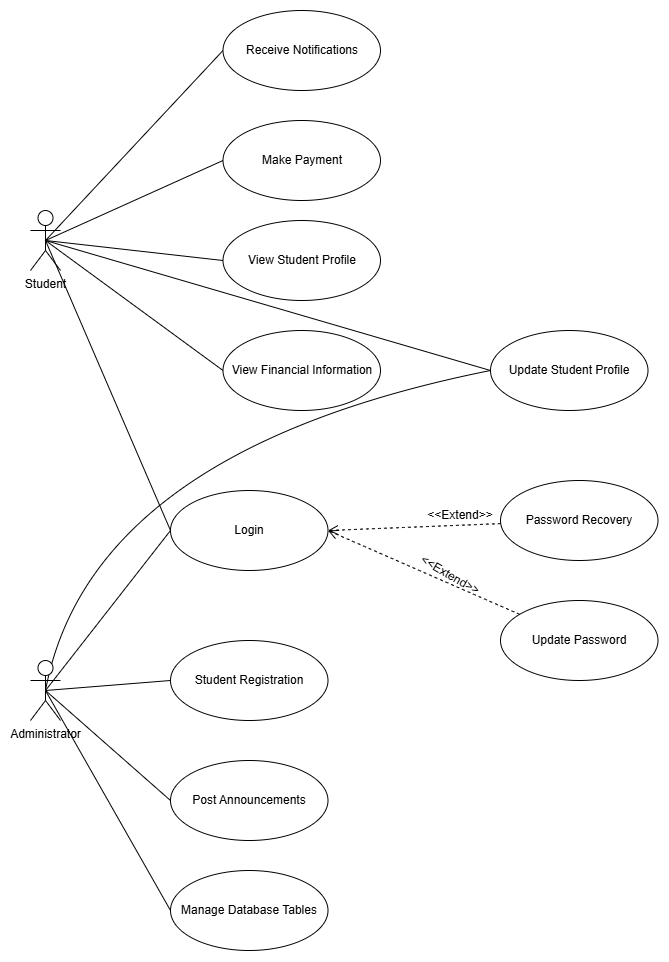
zombieTDV/Student-Management-System keeps this draw.io diagram as documents/Use-Case.drawio.png. Above is the earlier version. Source tidied: cells renumbered, new cells last; positions are measured from the earlier drawing's top-left corner, leaving out a move shared by most shapes.
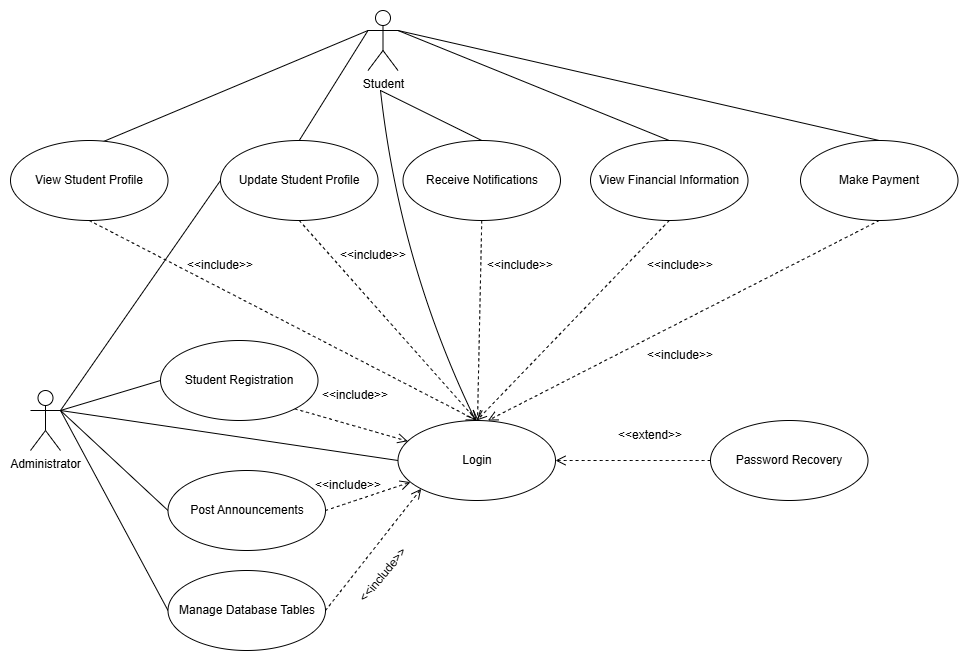
Later version of the same file.

Commit message:
-Refactor Use case diagram

Diff of the diagram source:
```diff
@@ -2,93 +2,138 @@
   <root>
     <mxCell id="0" />
     <mxCell id="1" parent="0" />
-    <mxCell id="2" style="edgeStyle=none;curved=1;rounded=0;jettySize=auto;html=1;entryX=0;entryY=0.5;entryDx=0;entryDy=0;fontSize=12;startSize=8;endSize=8;endArrow=none;endFill=0;exitX=0.5;exitY=0.5;exitDx=0;exitDy=0;exitPerimeter=0;" parent="1" edge="1" source="8" target="15">
-      <mxGeometry relative="1" as="geometry" />
-    </mxCell>
-    <mxCell id="3" style="edgeStyle=none;curved=1;rounded=0;jettySize=auto;html=1;entryX=0;entryY=0.5;entryDx=0;entryDy=0;fontSize=12;startSize=8;endSize=8;endArrow=none;endFill=0;exitX=0.5;exitY=0.5;exitDx=0;exitDy=0;exitPerimeter=0;" parent="1" edge="1" source="8" target="16">
+    <mxCell id="3" style="edgeStyle=none;curved=1;rounded=0;jettySize=auto;html=1;entryX=0.5;entryY=0;entryDx=0;entryDy=0;fontSize=12;startSize=8;endSize=8;endArrow=none;endFill=0;exitX=1;exitY=0.3333333333333333;exitDx=0;exitDy=0;exitPerimeter=0;" parent="1" edge="1" source="8" target="16">
       <mxGeometry relative="1" as="geometry" />
     </mxCell>
-    <mxCell id="4" style="edgeStyle=none;curved=1;rounded=0;jettySize=auto;html=1;entryX=0;entryY=0.5;entryDx=0;entryDy=0;fontSize=12;startSize=8;endSize=8;endArrow=none;endFill=0;exitX=0.5;exitY=0.5;exitDx=0;exitDy=0;exitPerimeter=0;" parent="1" edge="1" source="8" target="17">
+    <mxCell id="4" style="edgeStyle=none;curved=1;rounded=0;jettySize=auto;html=1;entryX=0;entryY=0.5;entryDx=0;entryDy=0;fontSize=12;startSize=8;endSize=8;endArrow=none;endFill=0;exitX=0;exitY=0.3333333333333333;exitDx=0;exitDy=0;exitPerimeter=0;" parent="1" edge="1" source="8" target="17">
       <mxGeometry relative="1" as="geometry" />
     </mxCell>
-    <mxCell id="5" style="edgeStyle=none;curved=1;rounded=0;jettySize=auto;html=1;exitX=0.5;exitY=0.5;exitDx=0;exitDy=0;exitPerimeter=0;entryX=0;entryY=0.5;entryDx=0;entryDy=0;fontSize=12;startSize=8;endSize=8;endArrow=none;endFill=0;" parent="1" edge="1" source="8" target="18">
+    <mxCell id="5" style="edgeStyle=none;curved=1;rounded=0;jettySize=auto;html=1;exitX=1;exitY=0.3333333333333333;exitDx=0;exitDy=0;exitPerimeter=0;entryX=0.5;entryY=0;entryDx=0;entryDy=0;fontSize=12;startSize=8;endSize=8;endArrow=none;endFill=0;" parent="1" edge="1" source="8" target="18">
       <mxGeometry relative="1" as="geometry" />
     </mxCell>
-    <mxCell id="6" style="edgeStyle=none;curved=1;rounded=0;jettySize=auto;html=1;exitX=0.5;exitY=0.5;exitDx=0;exitDy=0;exitPerimeter=0;entryX=0;entryY=0.5;entryDx=0;entryDy=0;fontSize=12;startSize=8;endSize=8;endArrow=none;endFill=0;" parent="1" edge="1" source="8" target="19">
-      <mxGeometry relative="1" as="geometry" />
+    <mxCell id="6" style="edgeStyle=none;curved=1;rounded=0;orthogonalLoop=1;jettySize=auto;html=1;fontSize=12;startSize=8;endSize=8;endArrow=none;endFill=0;" parent="1" edge="1">
+      <mxGeometry relative="1" as="geometry">
+        <mxPoint x="280" y="30" as="sourcePoint" />
+        <mxPoint x="380" y="370" as="targetPoint" />
+        <Array as="points">
+          <mxPoint x="300" y="210" />
+        </Array>
+      </mxGeometry>
     </mxCell>
-    <mxCell id="7" style="edgeStyle=none;curved=1;rounded=0;jettySize=auto;html=1;exitX=0.5;exitY=0.5;exitDx=0;exitDy=0;exitPerimeter=0;entryX=0;entryY=0.5;entryDx=0;entryDy=0;fontSize=12;startSize=8;endSize=8;endArrow=none;endFill=0;" parent="1" edge="1" source="8" target="28">
+    <mxCell id="7" style="edgeStyle=none;curved=1;rounded=0;jettySize=auto;html=1;exitX=0;exitY=0.3333333333333333;exitDx=0;exitDy=0;exitPerimeter=0;entryX=0.5;entryY=0;entryDx=0;entryDy=0;fontSize=12;startSize=8;endSize=8;endArrow=none;endFill=0;" parent="1" edge="1" source="8" target="28">
       <mxGeometry relative="1" as="geometry" />
     </mxCell>
     <mxCell id="8" value="Student" style="shape=umlActor;verticalLabelPosition=bottom;verticalAlign=top;html=1;outlineConnect=0;" parent="1" vertex="1">
-      <mxGeometry y="200" width="30" height="60" as="geometry" />
+      <mxGeometry x="267.5" y="-50" width="30" height="60" as="geometry" />
     </mxCell>
-    <mxCell id="9" style="edgeStyle=none;curved=1;rounded=0;jettySize=auto;html=1;exitX=0.5;exitY=0.5;exitDx=0;exitDy=0;exitPerimeter=0;entryX=0;entryY=0.5;entryDx=0;entryDy=0;fontSize=12;startSize=8;endSize=8;endArrow=none;endFill=0;" parent="1" edge="1" source="14" target="19">
+    <mxCell id="9" style="edgeStyle=none;curved=1;rounded=0;jettySize=auto;html=1;exitX=1;exitY=0.3333333333333333;exitDx=0;exitDy=0;exitPerimeter=0;entryX=0;entryY=0.5;entryDx=0;entryDy=0;fontSize=12;startSize=8;endSize=8;endArrow=none;endFill=0;" parent="1" edge="1" source="14" target="19">
       <mxGeometry relative="1" as="geometry" />
     </mxCell>
-    <mxCell id="10" style="edgeStyle=none;curved=1;rounded=0;jettySize=auto;html=1;exitX=0.5;exitY=0.5;exitDx=0;exitDy=0;exitPerimeter=0;entryX=0;entryY=0.5;entryDx=0;entryDy=0;fontSize=12;startSize=8;endSize=8;endArrow=none;endFill=0;" parent="1" edge="1" source="14" target="28">
-      <mxGeometry relative="1" as="geometry">
-        <Array as="points">
-          <mxPoint x="60" y="440" />
-        </Array>
-      </mxGeometry>
-    </mxCell>
-    <mxCell id="11" style="edgeStyle=none;curved=1;rounded=0;jettySize=auto;html=1;exitX=0.5;exitY=0.5;exitDx=0;exitDy=0;exitPerimeter=0;entryX=0;entryY=0.5;entryDx=0;entryDy=0;fontSize=12;startSize=8;endSize=8;endArrow=none;endFill=0;" parent="1" edge="1" source="14" target="26">
+    <mxCell id="11" style="edgeStyle=none;curved=1;rounded=0;jettySize=auto;html=1;exitX=1;exitY=0.3333333333333333;exitDx=0;exitDy=0;exitPerimeter=0;entryX=0;entryY=0.5;entryDx=0;entryDy=0;fontSize=12;startSize=8;endSize=8;endArrow=none;endFill=0;" parent="1" edge="1" source="14" target="26">
       <mxGeometry relative="1" as="geometry" />
     </mxCell>
-    <mxCell id="12" style="edgeStyle=none;curved=1;rounded=0;jettySize=auto;html=1;exitX=0.5;exitY=0.5;exitDx=0;exitDy=0;exitPerimeter=0;entryX=0;entryY=0.5;entryDx=0;entryDy=0;fontSize=12;startSize=8;endSize=8;endArrow=none;endFill=0;" parent="1" edge="1" source="14" target="27">
+    <mxCell id="12" style="edgeStyle=none;curved=1;rounded=0;jettySize=auto;html=1;exitX=1;exitY=0.3333333333333333;exitDx=0;exitDy=0;exitPerimeter=0;entryX=0;entryY=0.5;entryDx=0;entryDy=0;fontSize=12;startSize=8;endSize=8;endArrow=none;endFill=0;" parent="1" edge="1" source="14" target="27">
       <mxGeometry relative="1" as="geometry" />
     </mxCell>
-    <mxCell id="13" style="edgeStyle=none;curved=1;rounded=0;jettySize=auto;html=1;exitX=0.5;exitY=0.5;exitDx=0;exitDy=0;exitPerimeter=0;entryX=0;entryY=0.5;entryDx=0;entryDy=0;fontSize=12;startSize=8;endSize=8;endArrow=none;endFill=0;" parent="1" edge="1" source="14" target="29">
-      <mxGeometry relative="1" as="geometry" />
+    <mxCell id="13" style="edgeStyle=none;curved=1;rounded=0;jettySize=auto;html=1;entryX=0;entryY=0.5;entryDx=0;entryDy=0;fontSize=12;startSize=8;endSize=8;endArrow=none;endFill=0;" parent="1" edge="1" target="29">
+      <mxGeometry relative="1" as="geometry">
+        <mxPoint x="-40" y="350" as="sourcePoint" />
+      </mxGeometry>
     </mxCell>
     <mxCell id="14" value="Administrator" style="shape=umlActor;verticalLabelPosition=bottom;verticalAlign=top;html=1;outlineConnect=0;" parent="1" vertex="1">
-      <mxGeometry y="650" width="30" height="60" as="geometry" />
+      <mxGeometry x="-70" y="330" width="30" height="60" as="geometry" />
     </mxCell>
     <mxCell id="15" value="Receive Notifications" style="ellipse;whiteSpace=wrap;html=1;" parent="1" vertex="1">
-      <mxGeometry x="192.5" width="157.5" height="80" as="geometry" />
+      <mxGeometry x="302.5" y="80" width="157.5" height="80" as="geometry" />
     </mxCell>
     <mxCell id="16" value="Make Payment" style="ellipse;whiteSpace=wrap;html=1;" parent="1" vertex="1">
-      <mxGeometry x="192.5" y="110" width="157.5" height="80" as="geometry" />
+      <mxGeometry x="700" y="80" width="157.5" height="80" as="geometry" />
     </mxCell>
     <mxCell id="17" value="View Student Profile" style="ellipse;whiteSpace=wrap;html=1;" parent="1" vertex="1">
-      <mxGeometry x="192.5" y="210" width="157.5" height="80" as="geometry" />
+      <mxGeometry x="-90" y="80" width="157.5" height="80" as="geometry" />
     </mxCell>
     <mxCell id="18" value="View Financial Information" style="ellipse;whiteSpace=wrap;html=1;" parent="1" vertex="1">
-      <mxGeometry x="192.5" y="320" width="157.5" height="80" as="geometry" />
+      <mxGeometry x="490" y="80" width="157.5" height="80" as="geometry" />
     </mxCell>
     <mxCell id="19" value="Login" style="ellipse;whiteSpace=wrap;html=1;" parent="1" vertex="1">
-      <mxGeometry x="140" y="480" width="157.5" height="80" as="geometry" />
+      <mxGeometry x="297.5" y="360" width="157.5" height="80" as="geometry" />
     </mxCell>
-    <mxCell id="20" style="edgeStyle=none;curved=1;rounded=0;jettySize=auto;html=1;entryX=1;entryY=0.5;entryDx=0;entryDy=0;fontSize=12;startSize=8;endSize=8;dashed=1;endArrow=open;endFill=0;" parent="1" edge="1" source="21" target="19">
+    <mxCell id="20" style="edgeStyle=none;curved=1;rounded=0;jettySize=auto;html=1;fontSize=12;startSize=8;endSize=8;dashed=1;endArrow=open;endFill=0;entryX=1;entryY=0.5;entryDx=0;entryDy=0;" parent="1" edge="1" source="21" target="19">
       <mxGeometry relative="1" as="geometry" />
     </mxCell>
     <mxCell id="21" value="Password Recovery" style="ellipse;whiteSpace=wrap;html=1;" parent="1" vertex="1">
-      <mxGeometry x="470" y="470" width="157.5" height="80" as="geometry" />
+      <mxGeometry x="610" y="360" width="157.5" height="80" as="geometry" />
     </mxCell>
-    <mxCell id="22" style="edgeStyle=none;curved=1;rounded=0;jettySize=auto;html=1;entryX=1;entryY=0.5;entryDx=0;entryDy=0;fontSize=12;startSize=8;endSize=8;dashed=1;endArrow=open;endFill=0;" parent="1" edge="1" source="23" target="19">
-      <mxGeometry relative="1" as="geometry" />
-    </mxCell>
-    <mxCell id="23" value="Update Password" style="ellipse;whiteSpace=wrap;html=1;" parent="1" vertex="1">
-      <mxGeometry x="470" y="590" width="157.5" height="80" as="geometry" />
-    </mxCell>
-    <mxCell id="24" value="&amp;lt;&amp;lt;Extend&amp;gt;&amp;gt;" style="text;html=1;whiteSpace=wrap;strokeColor=none;fillColor=none;align=center;verticalAlign=middle;rounded=0;rotation=0;" parent="1" vertex="1">
-      <mxGeometry x="400" y="490" width="60" height="30" as="geometry" />
-    </mxCell>
-    <mxCell id="25" value="&amp;lt;&amp;lt;Extend&amp;gt;&amp;gt;" style="text;html=1;whiteSpace=wrap;strokeColor=none;fillColor=none;align=center;verticalAlign=middle;rounded=0;rotation=30;" parent="1" vertex="1">
-      <mxGeometry x="390" y="550" width="60" height="30" as="geometry" />
-    </mxCell>
     <mxCell id="26" value="Student Registration" style="ellipse;whiteSpace=wrap;html=1;" parent="1" vertex="1">
-      <mxGeometry x="140" y="630" width="157.5" height="80" as="geometry" />
+      <mxGeometry x="60" y="280" width="157.5" height="80" as="geometry" />
     </mxCell>
     <mxCell id="27" value="Manage Database Tables" style="ellipse;whiteSpace=wrap;html=1;" parent="1" vertex="1">
-      <mxGeometry x="140" y="860" width="157.5" height="80" as="geometry" />
+      <mxGeometry x="67.5" y="510" width="157.5" height="80" as="geometry" />
     </mxCell>
     <mxCell id="28" value="Update Student Profile" style="ellipse;whiteSpace=wrap;html=1;" parent="1" vertex="1">
-      <mxGeometry x="460" y="320" width="157.5" height="80" as="geometry" />
+      <mxGeometry x="120" y="80" width="157.5" height="80" as="geometry" />
     </mxCell>
     <mxCell id="29" value="Post Announcements" style="ellipse;whiteSpace=wrap;html=1;" parent="1" vertex="1">
-      <mxGeometry x="140" y="750" width="157.5" height="80" as="geometry" />
+      <mxGeometry x="67.5" y="410" width="157.5" height="80" as="geometry" />
     </mxCell>
+    <mxCell id="30" style="endArrow=none;html=1;rounded=0;exitX=0.5;exitY=0;exitDx=0;exitDy=0;" parent="1" edge="1" source="15">
+      <mxGeometry relative="1" as="geometry">
+        <mxPoint x="280" y="30" as="targetPoint" />
+      </mxGeometry>
+    </mxCell>
+    <mxCell id="31" style="edgeStyle=none;curved=1;rounded=0;jettySize=auto;html=1;entryX=0.5;entryY=0;entryDx=0;entryDy=0;fontSize=12;startSize=8;endSize=8;dashed=1;endArrow=open;endFill=0;exitX=0.5;exitY=1;exitDx=0;exitDy=0;" parent="1" edge="1" source="17" target="19">
+      <mxGeometry relative="1" as="geometry" />
+    </mxCell>
+    <mxCell id="32" style="edgeStyle=none;curved=1;rounded=0;jettySize=auto;html=1;entryX=0.5;entryY=0;entryDx=0;entryDy=0;fontSize=12;startSize=8;endSize=8;dashed=1;endArrow=open;endFill=0;exitX=0.5;exitY=1;exitDx=0;exitDy=0;" parent="1" edge="1" source="28" target="19">
+      <mxGeometry relative="1" as="geometry" />
+    </mxCell>
+    <mxCell id="33" style="edgeStyle=none;curved=1;rounded=0;jettySize=auto;html=1;fontSize=12;startSize=8;endSize=8;dashed=1;endArrow=open;endFill=0;exitX=0.5;exitY=1;exitDx=0;exitDy=0;" parent="1" edge="1" source="15" target="19">
+      <mxGeometry relative="1" as="geometry" />
+    </mxCell>
+    <mxCell id="34" style="edgeStyle=none;curved=1;rounded=0;jettySize=auto;html=1;fontSize=12;startSize=8;endSize=8;dashed=1;endArrow=open;endFill=0;exitX=0.5;exitY=1;exitDx=0;exitDy=0;entryX=0.5;entryY=0;entryDx=0;entryDy=0;" parent="1" edge="1" source="18" target="19">
+      <mxGeometry relative="1" as="geometry" />
+    </mxCell>
+    <mxCell id="35" style="edgeStyle=none;curved=1;rounded=0;jettySize=auto;html=1;fontSize=12;startSize=8;endSize=8;dashed=1;endArrow=open;endFill=0;exitX=0.5;exitY=1;exitDx=0;exitDy=0;entryX=0.571;entryY=0;entryDx=0;entryDy=0;entryPerimeter=0;" parent="1" edge="1" source="16" target="19">
+      <mxGeometry relative="1" as="geometry" />
+    </mxCell>
+    <mxCell id="36" value="&amp;lt;&amp;lt;include&amp;gt;&amp;gt;" style="text;html=1;whiteSpace=wrap;strokeColor=none;fillColor=none;align=center;verticalAlign=middle;rounded=0;rotation=0;" parent="1" vertex="1">
+      <mxGeometry x="90" y="190" width="60" height="30" as="geometry" />
+    </mxCell>
+    <mxCell id="37" value="&amp;lt;&amp;lt;include&amp;gt;&amp;gt;" style="text;html=1;whiteSpace=wrap;strokeColor=none;fillColor=none;align=center;verticalAlign=middle;rounded=0;rotation=0;" parent="1" vertex="1">
+      <mxGeometry x="242.5" y="180" width="60" height="30" as="geometry" />
+    </mxCell>
+    <mxCell id="38" value="&amp;lt;&amp;lt;include&amp;gt;&amp;gt;" style="text;html=1;whiteSpace=wrap;strokeColor=none;fillColor=none;align=center;verticalAlign=middle;rounded=0;rotation=0;" parent="1" vertex="1">
+      <mxGeometry x="390" y="190" width="60" height="30" as="geometry" />
+    </mxCell>
+    <mxCell id="39" value="&amp;lt;&amp;lt;include&amp;gt;&amp;gt;" style="text;html=1;whiteSpace=wrap;strokeColor=none;fillColor=none;align=center;verticalAlign=middle;rounded=0;rotation=0;" parent="1" vertex="1">
+      <mxGeometry x="550" y="190" width="60" height="30" as="geometry" />
+    </mxCell>
+    <mxCell id="40" value="&amp;lt;&amp;lt;include&amp;gt;&amp;gt;" style="text;html=1;whiteSpace=wrap;strokeColor=none;fillColor=none;align=center;verticalAlign=middle;rounded=0;rotation=0;" parent="1" vertex="1">
+      <mxGeometry x="550" y="280" width="60" height="30" as="geometry" />
+    </mxCell>
+    <mxCell id="10" style="edgeStyle=none;curved=1;rounded=0;jettySize=auto;html=1;exitX=1;exitY=0.3333333333333333;exitDx=0;exitDy=0;exitPerimeter=0;entryX=0;entryY=0.5;entryDx=0;entryDy=0;fontSize=12;startSize=8;endSize=8;endArrow=none;endFill=0;" parent="1" edge="1" source="14" target="28">
+      <mxGeometry relative="1" as="geometry" />
+    </mxCell>
+    <mxCell id="41" style="edgeStyle=none;curved=1;rounded=0;jettySize=auto;html=1;fontSize=12;startSize=8;endSize=8;dashed=1;endArrow=open;endFill=0;exitX=1;exitY=1;exitDx=0;exitDy=0;" parent="1" edge="1" source="26" target="19">
+      <mxGeometry relative="1" as="geometry" />
+    </mxCell>
+    <mxCell id="42" style="edgeStyle=none;curved=1;rounded=0;jettySize=auto;html=1;fontSize=12;startSize=8;endSize=8;dashed=1;endArrow=open;endFill=0;exitX=1;exitY=0.5;exitDx=0;exitDy=0;" parent="1" edge="1" source="29" target="19">
+      <mxGeometry relative="1" as="geometry" />
+    </mxCell>
+    <mxCell id="43" style="edgeStyle=none;curved=1;rounded=0;jettySize=auto;html=1;entryX=0;entryY=1;entryDx=0;entryDy=0;fontSize=12;startSize=8;endSize=8;dashed=1;endArrow=open;endFill=0;exitX=1;exitY=0.5;exitDx=0;exitDy=0;" parent="1" edge="1" source="27" target="19">
+      <mxGeometry relative="1" as="geometry" />
+    </mxCell>
+    <mxCell id="44" value="&amp;lt;&amp;lt;include&amp;gt;&amp;gt;" style="text;html=1;whiteSpace=wrap;strokeColor=none;fillColor=none;align=center;verticalAlign=middle;rounded=0;rotation=0;" parent="1" vertex="1">
+      <mxGeometry x="225" y="320" width="60" height="30" as="geometry" />
+    </mxCell>
+    <mxCell id="45" value="&amp;lt;&amp;lt;include&amp;gt;&amp;gt;" style="text;html=1;whiteSpace=wrap;strokeColor=none;fillColor=none;align=center;verticalAlign=middle;rounded=0;rotation=-50;" parent="1" vertex="1">
+      <mxGeometry x="252.5" y="500" width="60" height="30" as="geometry" />
+    </mxCell>
+    <mxCell id="46" value="&amp;lt;&amp;lt;include&amp;gt;&amp;gt;" style="text;html=1;whiteSpace=wrap;strokeColor=none;fillColor=none;align=center;verticalAlign=middle;rounded=0;rotation=0;" parent="1" vertex="1">
+      <mxGeometry x="217.5" y="410" width="60" height="30" as="geometry" />
+    </mxCell>
+    <mxCell id="47" value="&amp;lt;&amp;lt;extend&amp;gt;&amp;gt;" style="text;html=1;whiteSpace=wrap;strokeColor=none;fillColor=none;align=center;verticalAlign=middle;rounded=0;rotation=0;" parent="1" vertex="1">
+      <mxGeometry x="520" y="360" width="60" height="30" as="geometry" />
+    </mxCell>
   </root>
 </mxGraphModel>
```
